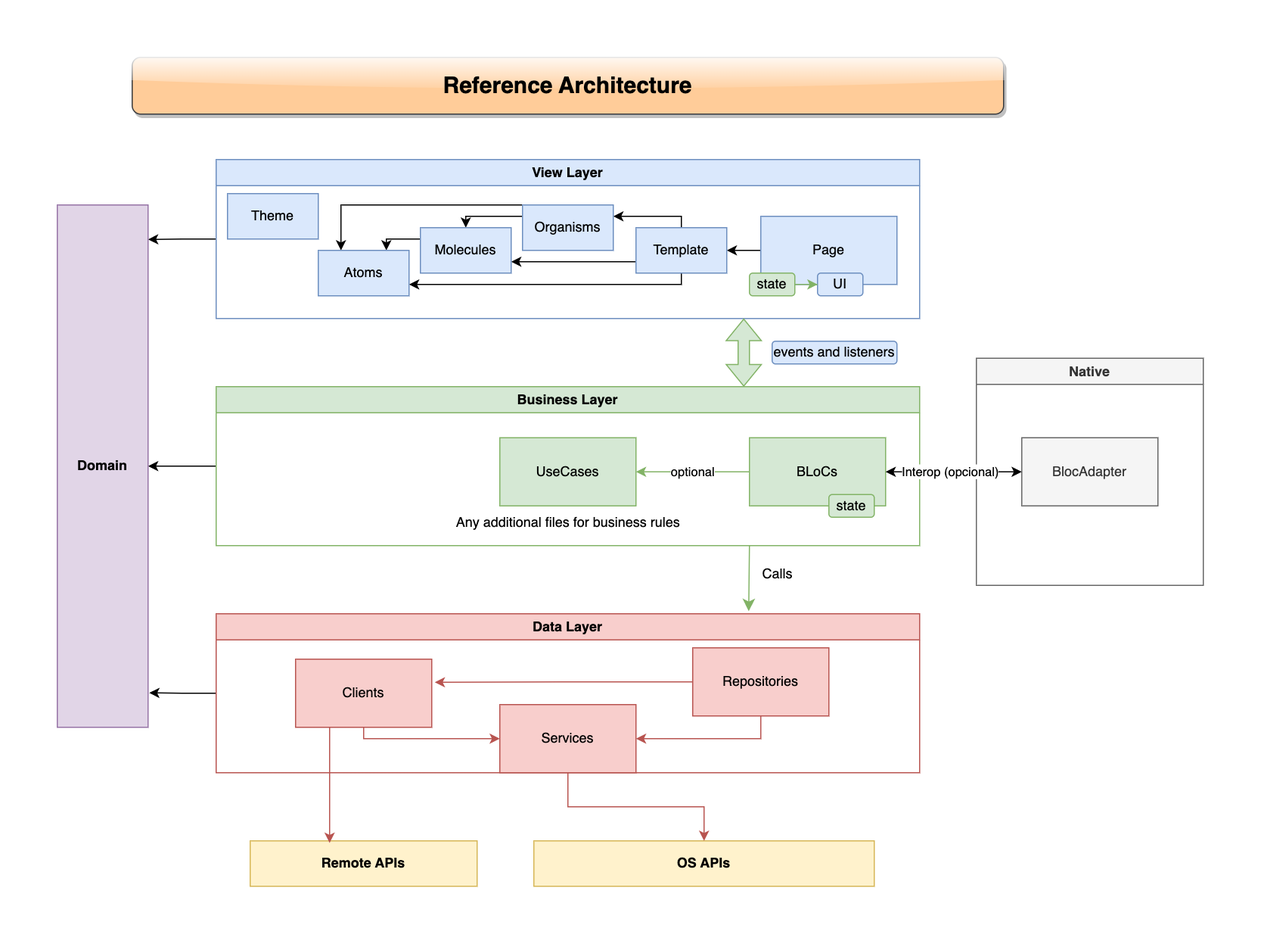
Before: doc/img/arq-app-flutter-hybrid-architecture-World Map.drawio.png, a diagram exported from draw.io (rafaelktakahashi/flutter_reference). Source tidied: cells renumbered, new cells last; positions are measured from the earlier drawing's top-left corner, leaving out a move shared by most shapes.
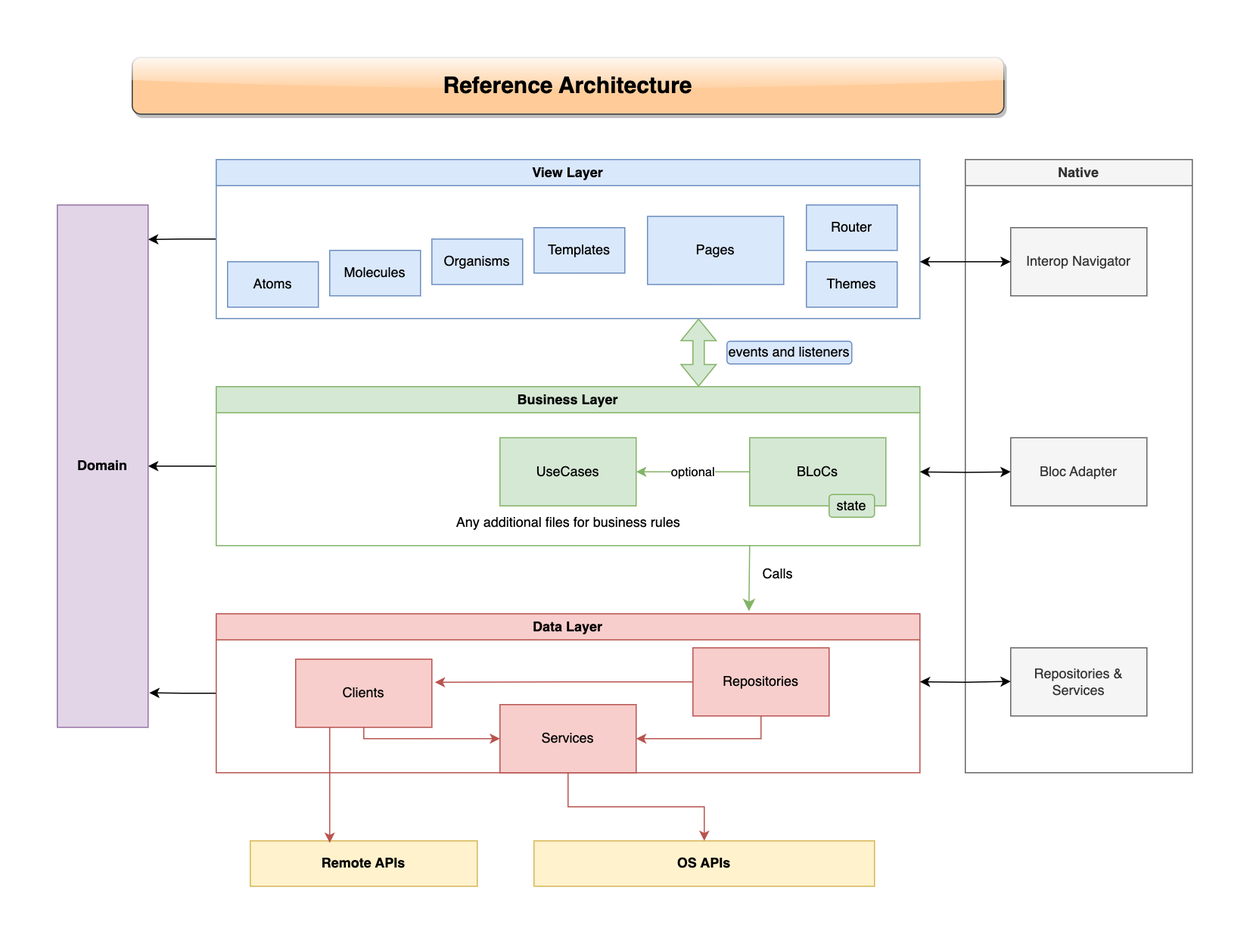
After the commit.

The edit, as a diff of the source:
```diff
@@ -8,82 +8,27 @@
     <mxCell id="3" value="View Layer" style="swimlane;whiteSpace=wrap;html=1;fillColor=#dae8fc;strokeColor=#6c8ebf;" parent="1" vertex="1">
       <mxGeometry x="140" y="90" width="620" height="140" as="geometry" />
     </mxCell>
-    <mxCell id="4" style="edgeStyle=orthogonalEdgeStyle;rounded=0;jettySize=auto;html=1;entryX=1;entryY=0.5;entryDx=0;entryDy=0;startArrow=none;startFill=0;" parent="3" edge="1" source="5" target="13">
-      <mxGeometry relative="1" as="geometry" />
-    </mxCell>
-    <mxCell id="5" value="Page" style="rounded=0;whiteSpace=wrap;html=1;fillColor=#dae8fc;strokeColor=#6c8ebf;" parent="3" vertex="1">
-      <mxGeometry x="480" y="50" width="120" height="60" as="geometry" />
+    <mxCell id="5" value="Pages" style="rounded=0;whiteSpace=wrap;html=1;fillColor=#dae8fc;strokeColor=#6c8ebf;" parent="3" vertex="1">
+      <mxGeometry x="380" y="50" width="120" height="60" as="geometry" />
     </mxCell>
-    <mxCell id="6" style="group;" parent="3" vertex="1">
-      <mxGeometry x="470" y="100" width="100" height="20" as="geometry" />
-    </mxCell>
-    <mxCell id="7" value="state" style="rounded=1;whiteSpace=wrap;html=1;fillColor=#d5e8d4;strokeColor=#82b366;" parent="6" vertex="1">
-      <mxGeometry width="40" height="20" as="geometry" />
-    </mxCell>
-    <mxCell id="8" value="UI" style="rounded=1;whiteSpace=wrap;html=1;fillColor=#dae8fc;strokeColor=#6c8ebf;" parent="6" vertex="1">
-      <mxGeometry x="60" width="40" height="20" as="geometry" />
-    </mxCell>
-    <mxCell id="9" style="edgeStyle=orthogonalEdgeStyle;rounded=0;jettySize=auto;html=1;entryX=0;entryY=0.5;entryDx=0;entryDy=0;fontColor=#000000;fillColor=#d5e8d4;strokeColor=#82b366;" parent="6" edge="1" source="7" target="8">
-      <mxGeometry relative="1" as="geometry" />
-    </mxCell>
-    <mxCell id="10" style="edgeStyle=orthogonalEdgeStyle;rounded=0;jettySize=auto;html=1;entryX=1;entryY=0.25;entryDx=0;entryDy=0;startArrow=none;startFill=0;" parent="3" edge="1" source="13" target="16">
-      <mxGeometry relative="1" as="geometry">
-        <Array as="points">
-          <mxPoint x="410" y="50" />
-        </Array>
-      </mxGeometry>
-    </mxCell>
-    <mxCell id="11" style="edgeStyle=orthogonalEdgeStyle;rounded=0;jettySize=auto;html=1;entryX=1;entryY=0.75;entryDx=0;entryDy=0;startArrow=none;startFill=0;" parent="3" edge="1" source="13" target="18">
-      <mxGeometry relative="1" as="geometry">
-        <Array as="points">
-          <mxPoint x="340" y="90" />
-          <mxPoint x="340" y="90" />
-        </Array>
-      </mxGeometry>
-    </mxCell>
-    <mxCell id="12" style="edgeStyle=orthogonalEdgeStyle;rounded=0;jettySize=auto;html=1;entryX=1;entryY=0.75;entryDx=0;entryDy=0;strokeColor=#000000;startArrow=none;startFill=0;" parent="3" edge="1" source="13" target="19">
-      <mxGeometry relative="1" as="geometry">
-        <Array as="points">
-          <mxPoint x="410" y="110" />
-        </Array>
-      </mxGeometry>
-    </mxCell>
-    <mxCell id="13" value="Template" style="rounded=0;whiteSpace=wrap;html=1;fillColor=#dae8fc;strokeColor=#6c8ebf;" parent="3" vertex="1">
-      <mxGeometry x="370" y="60" width="80" height="40" as="geometry" />
+    <mxCell id="13" value="Templates" style="rounded=0;whiteSpace=wrap;html=1;fillColor=#dae8fc;strokeColor=#6c8ebf;" parent="3" vertex="1">
+      <mxGeometry x="280" y="60" width="80" height="40" as="geometry" />
     </mxCell>
-    <mxCell id="14" style="edgeStyle=orthogonalEdgeStyle;rounded=0;jettySize=auto;html=1;entryX=0.5;entryY=0;entryDx=0;entryDy=0;startArrow=none;startFill=0;" parent="3" edge="1" source="16" target="18">
-      <mxGeometry relative="1" as="geometry">
-        <Array as="points">
-          <mxPoint x="220" y="50" />
-        </Array>
-      </mxGeometry>
-    </mxCell>
-    <mxCell id="15" style="edgeStyle=orthogonalEdgeStyle;rounded=0;jettySize=auto;html=1;entryX=0.25;entryY=0;entryDx=0;entryDy=0;startArrow=none;startFill=0;" parent="3" edge="1" source="16" target="19">
-      <mxGeometry relative="1" as="geometry">
-        <Array as="points">
-          <mxPoint x="110" y="40" />
-        </Array>
-      </mxGeometry>
-    </mxCell>
     <mxCell id="16" value="Organisms" style="rounded=0;whiteSpace=wrap;html=1;fillColor=#dae8fc;strokeColor=#6c8ebf;" parent="3" vertex="1">
-      <mxGeometry x="270" y="40" width="80" height="40" as="geometry" />
+      <mxGeometry x="190" y="70" width="80" height="40" as="geometry" />
     </mxCell>
-    <mxCell id="17" style="edgeStyle=orthogonalEdgeStyle;rounded=0;jettySize=auto;html=1;entryX=0.75;entryY=0;entryDx=0;entryDy=0;startArrow=none;startFill=0;" parent="3" edge="1" source="18" target="19">
-      <mxGeometry relative="1" as="geometry">
-        <Array as="points">
-          <mxPoint x="150" y="70" />
-        </Array>
-      </mxGeometry>
-    </mxCell>
     <mxCell id="18" value="Molecules" style="rounded=0;whiteSpace=wrap;html=1;fillColor=#dae8fc;strokeColor=#6c8ebf;" parent="3" vertex="1">
-      <mxGeometry x="180" y="60" width="80" height="40" as="geometry" />
+      <mxGeometry x="100" y="80" width="80" height="40" as="geometry" />
     </mxCell>
     <mxCell id="19" value="Atoms" style="rounded=0;whiteSpace=wrap;html=1;fillColor=#dae8fc;strokeColor=#6c8ebf;" parent="3" vertex="1">
-      <mxGeometry x="90" y="80" width="80" height="40" as="geometry" />
+      <mxGeometry x="10" y="90" width="80" height="40" as="geometry" />
     </mxCell>
-    <mxCell id="20" value="Theme" style="rounded=0;whiteSpace=wrap;html=1;fillColor=#dae8fc;strokeColor=#6c8ebf;" parent="3" vertex="1">
-      <mxGeometry x="10" y="30" width="80" height="40" as="geometry" />
+    <mxCell id="20" value="Themes" style="rounded=0;whiteSpace=wrap;html=1;fillColor=#dae8fc;strokeColor=#6c8ebf;" parent="3" vertex="1">
+      <mxGeometry x="520" y="90" width="80" height="40" as="geometry" />
     </mxCell>
+    <mxCell id="50" value="Router" style="rounded=0;whiteSpace=wrap;html=1;fillColor=#dae8fc;strokeColor=#6c8ebf;" parent="3" vertex="1">
+      <mxGeometry x="520" y="40" width="80" height="40" as="geometry" />
+    </mxCell>
     <mxCell id="21" style="edgeStyle=orthogonalEdgeStyle;rounded=0;jettySize=auto;html=1;entryX=1;entryY=0.5;entryDx=0;entryDy=0;startArrow=none;startFill=0;" parent="1" edge="1" source="22" target="44">
       <mxGeometry relative="1" as="geometry" />
     </mxCell>
@@ -137,11 +82,14 @@
     <mxCell id="35" value="Repositories" style="rounded=0;whiteSpace=wrap;html=1;fillColor=#f8cecc;strokeColor=#b85450;" parent="29" vertex="1">
       <mxGeometry x="420" y="30" width="120" height="60" as="geometry" />
     </mxCell>
-    <mxCell id="36" style="shape=flexArrow;endArrow=classic;startArrow=classic;html=1;rounded=0;fontColor=#000000;fillColor=#d5e8d4;entryX=0.75;entryY=1;entryDx=0;entryDy=0;exitX=0.75;exitY=0;exitDx=0;exitDy=0;strokeColor=#82b366;" parent="1" edge="1" source="22" target="3">
-      <mxGeometry relative="1" as="geometry" />
+    <mxCell id="36" style="shape=flexArrow;endArrow=classic;startArrow=classic;html=1;rounded=0;fontColor=#000000;fillColor=#d5e8d4;entryX=0.75;entryY=1;entryDx=0;entryDy=0;exitX=0.75;exitY=0;exitDx=0;exitDy=0;strokeColor=#82b366;" parent="1" edge="1">
+      <mxGeometry relative="1" as="geometry">
+        <mxPoint x="565" y="290" as="sourcePoint" />
+        <mxPoint x="565" y="230" as="targetPoint" />
+      </mxGeometry>
     </mxCell>
     <mxCell id="37" value="events and listeners" style="rounded=1;whiteSpace=wrap;html=1;fillColor=#dae8fc;strokeColor=#6c8ebf;" parent="1" vertex="1">
-      <mxGeometry x="630" y="250" width="110" height="20" as="geometry" />
+      <mxGeometry x="590" y="250" width="110" height="20" as="geometry" />
     </mxCell>
     <mxCell id="38" style="endArrow=classic;html=1;rounded=0;fontColor=#000000;fillColor=#d5e8d4;entryX=0.757;entryY=-0.016;entryDx=0;entryDy=0;entryPerimeter=0;strokeColor=#82b366;endSize=8;" parent="1" edge="1" target="29">
       <mxGeometry relative="1" as="geometry">
@@ -152,19 +100,22 @@
       <mxGeometry x="610" y="440" width="50" height="30" as="geometry" />
     </mxCell>
     <mxCell id="40" value="Native" style="swimlane;whiteSpace=wrap;html=1;fillColor=#f5f5f5;fontColor=#333333;strokeColor=#666666;" parent="1" vertex="1">
-      <mxGeometry x="810" y="265" width="200" height="200" as="geometry" />
+      <mxGeometry x="800" y="90" width="200" height="540" as="geometry" />
     </mxCell>
-    <mxCell id="41" value="BlocAdapter" style="rounded=0;whiteSpace=wrap;html=1;fillColor=#f5f5f5;strokeColor=#666666;fontColor=#333333;" parent="40" vertex="1">
-      <mxGeometry x="40" y="70" width="120" height="60" as="geometry" />
+    <mxCell id="41" value="Bloc Adapter" style="rounded=0;whiteSpace=wrap;html=1;fillColor=#f5f5f5;strokeColor=#666666;fontColor=#333333;" parent="40" vertex="1">
+      <mxGeometry x="40" y="245" width="120" height="60" as="geometry" />
     </mxCell>
+    <mxCell id="51" value="Interop Navigator" style="rounded=0;whiteSpace=wrap;html=1;fillColor=#f5f5f5;strokeColor=#666666;fontColor=#333333;" parent="40" vertex="1">
+      <mxGeometry x="40" y="60" width="120" height="60" as="geometry" />
+    </mxCell>
+    <mxCell id="52" value="Repositories &amp;amp; Services" style="rounded=0;whiteSpace=wrap;html=1;fillColor=#f5f5f5;strokeColor=#666666;fontColor=#333333;" parent="40" vertex="1">
+      <mxGeometry x="40" y="430" width="120" height="60" as="geometry" />
+    </mxCell>
-    <mxCell id="42" style="edgeStyle=orthogonalEdgeStyle;rounded=0;jettySize=auto;html=1;entryX=0;entryY=0.5;entryDx=0;entryDy=0;startArrow=classic;startFill=1;" parent="1" edge="1" source="24" target="41">
-      <mxGeometry relative="1" as="geometry" />
+    <mxCell id="42" style="edgeStyle=orthogonalEdgeStyle;rounded=0;jettySize=auto;html=1;startArrow=classic;startFill=1;entryX=0;entryY=0.5;entryDx=0;entryDy=0;" parent="1" edge="1" target="41">
+      <mxGeometry relative="1" as="geometry">
+        <mxPoint x="760" y="365" as="sourcePoint" />
+      </mxGeometry>
     </mxCell>
-    <mxCell id="43" value="Interop (opcional)" style="edgeLabel;html=1;align=center;verticalAlign=middle;" parent="42" vertex="1">
-      <mxGeometry x="-0.07" y="2" relative="1" as="geometry">
-        <mxPoint y="1" as="offset" />
-      </mxGeometry>
-    </mxCell>
     <mxCell id="44" value="&lt;b&gt;Domain&lt;/b&gt;" style="rounded=0;whiteSpace=wrap;html=1;fillColor=#e1d5e7;strokeColor=#9673a6;" parent="1" vertex="1">
       <mxGeometry y="130" width="80" height="460" as="geometry" />
     </mxCell>
@@ -183,5 +134,17 @@
     <mxCell id="49" value="Reference Architecture" style="text;html=1;align=center;verticalAlign=middle;whiteSpace=wrap;rounded=1;fontStyle=1;fontSize=20;fillColor=#ffcc99;strokeColor=#36393d;shadow=1;glass=1;sketch=0;labelBackgroundColor=none;labelBorderColor=none;" parent="1" vertex="1">
       <mxGeometry x="66" width="768" height="50" as="geometry" />
     </mxCell>
+    <mxCell id="53" style="edgeStyle=orthogonalEdgeStyle;rounded=0;orthogonalLoop=1;jettySize=auto;html=1;startArrow=classic;startFill=1;" parent="1" edge="1">
+      <mxGeometry relative="1" as="geometry">
+        <mxPoint x="760" y="180" as="sourcePoint" />
+        <mxPoint x="840" y="180" as="targetPoint" />
+      </mxGeometry>
+    </mxCell>
+    <mxCell id="54" style="edgeStyle=orthogonalEdgeStyle;rounded=0;orthogonalLoop=1;jettySize=auto;html=1;startArrow=classic;startFill=1;entryX=0;entryY=0.5;entryDx=0;entryDy=0;" parent="1" edge="1">
+      <mxGeometry relative="1" as="geometry">
+        <mxPoint x="760" y="549.9" as="sourcePoint" />
+        <mxPoint x="840" y="549.6" as="targetPoint" />
+      </mxGeometry>
+    </mxCell>
   </root>
 </mxGraphModel>
```
